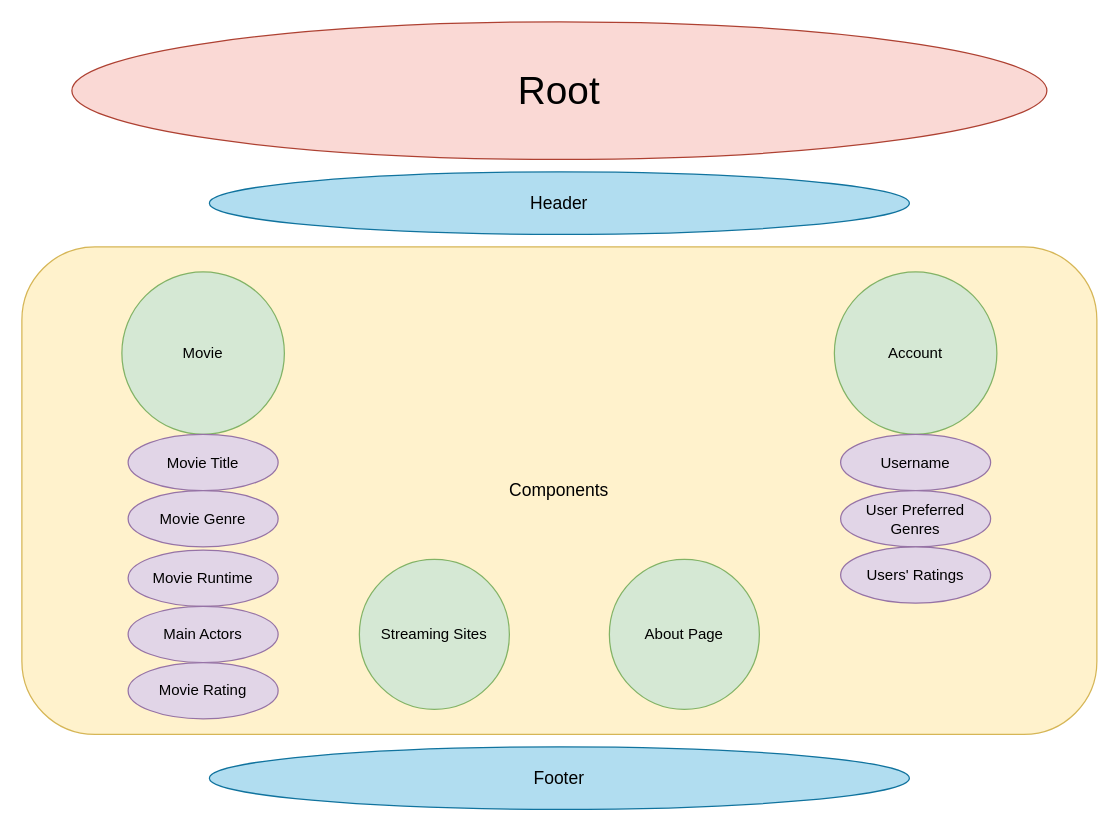
This is Untitled Diagram.drawio from smadd/MovieAppProject, a draw.io file, before an edit. Source tidied: cells renumbered, new cells numbered last; positions are measured from the earlier drawing's top-left corner, leaving out a move shared by most shapes. Both pictures are drawn from the tidied source at 125%, with x=0, y=0 at pixel (21, 21).
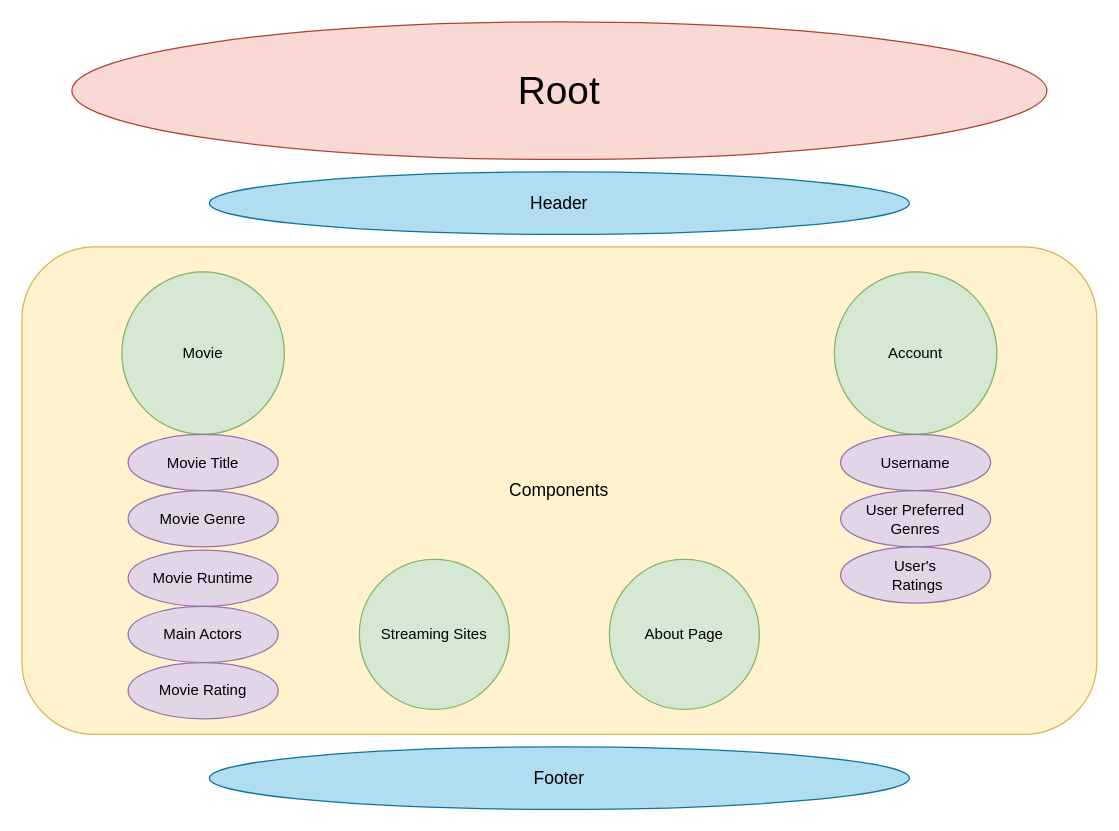
The same page after the edit.

Diff of the diagram source:
```diff
@@
 <mxGraphModel>
   <root>
     <mxCell id="0" />
     <mxCell id="1" parent="0" />
     <mxCell id="2" value="&lt;font style=&quot;font-size: 14px ; line-height: 140%&quot;&gt;Components&lt;/font&gt;" style="rounded=1;whiteSpace=wrap;html=1;fillColor=#fff2cc;strokeColor=#d6b656;" parent="1" vertex="1">
       <mxGeometry y="180" width="860" height="390" as="geometry" />
     </mxCell>
     <mxCell id="3" value="&lt;font style=&quot;font-size: 31px&quot;&gt;Root&lt;/font&gt;" style="ellipse;whiteSpace=wrap;html=1;fillColor=#fad9d5;strokeColor=#ae4132;" parent="1" vertex="1">
       <mxGeometry x="40" width="780" height="110" as="geometry" />
     </mxCell>
     <mxCell id="4" value="&lt;font style=&quot;font-size: 14px&quot;&gt;Header&lt;/font&gt;" style="ellipse;whiteSpace=wrap;html=1;fillColor=#b1ddf0;strokeColor=#10739e;" parent="1" vertex="1">
       <mxGeometry x="150" y="120" width="560" height="50" as="geometry" />
     </mxCell>
     <mxCell id="5" value="&lt;font style=&quot;font-size: 14px&quot;&gt;Footer&lt;/font&gt;" style="ellipse;whiteSpace=wrap;html=1;fillColor=#b1ddf0;strokeColor=#10739e;" parent="1" vertex="1">
       <mxGeometry x="150" y="580" width="560" height="50" as="geometry" />
     </mxCell>
     <mxCell id="6" value="Movie" style="ellipse;whiteSpace=wrap;html=1;fillColor=#d5e8d4;strokeColor=#82b366;" parent="1" vertex="1">
       <mxGeometry x="80" y="200" width="130" height="130" as="geometry" />
     </mxCell>
     <mxCell id="7" value="Streaming Sites" style="ellipse;whiteSpace=wrap;html=1;fillColor=#d5e8d4;strokeColor=#82b366;" parent="1" vertex="1">
       <mxGeometry x="270" y="430" width="120" height="120" as="geometry" />
     </mxCell>
     <mxCell id="8" value="Account" style="ellipse;whiteSpace=wrap;html=1;fillColor=#d5e8d4;strokeColor=#82b366;" parent="1" vertex="1">
       <mxGeometry x="650" y="200" width="130" height="130" as="geometry" />
     </mxCell>
     <mxCell id="9" value="Movie Title" style="ellipse;whiteSpace=wrap;html=1;fillColor=#e1d5e7;strokeColor=#9673a6;" parent="1" vertex="1">
       <mxGeometry x="85" y="330" width="120" height="45" as="geometry" />
     </mxCell>
     <mxCell id="10" value="Movie Genre" style="ellipse;whiteSpace=wrap;html=1;fillColor=#e1d5e7;strokeColor=#9673a6;" parent="1" vertex="1">
       <mxGeometry x="85" y="375" width="120" height="45" as="geometry" />
     </mxCell>
     <mxCell id="11" value="Movie Runtime" style="ellipse;whiteSpace=wrap;html=1;fillColor=#e1d5e7;strokeColor=#9673a6;" parent="1" vertex="1">
       <mxGeometry x="85" y="422.5" width="120" height="45" as="geometry" />
     </mxCell>
     <mxCell id="12" value="Main Actors" style="ellipse;whiteSpace=wrap;html=1;fillColor=#e1d5e7;strokeColor=#9673a6;" parent="1" vertex="1">
       <mxGeometry x="85" y="467.5" width="120" height="45" as="geometry" />
     </mxCell>
     <mxCell id="13" value="Movie Rating" style="ellipse;whiteSpace=wrap;html=1;fillColor=#e1d5e7;strokeColor=#9673a6;" parent="1" vertex="1">
       <mxGeometry x="85" y="512.5" width="120" height="45" as="geometry" />
     </mxCell>
     <mxCell id="14" value="Username" style="ellipse;whiteSpace=wrap;html=1;fillColor=#e1d5e7;strokeColor=#9673a6;" parent="1" vertex="1">
       <mxGeometry x="655" y="330" width="120" height="45" as="geometry" />
     </mxCell>
     <mxCell id="15" value="User Preferred Genres" style="ellipse;whiteSpace=wrap;html=1;fillColor=#e1d5e7;strokeColor=#9673a6;" parent="1" vertex="1">
       <mxGeometry x="655" y="375" width="120" height="45" as="geometry" />
     </mxCell>
-    <mxCell id="16" value="Users' Ratings" style="ellipse;whiteSpace=wrap;html=1;fillColor=#e1d5e7;strokeColor=#9673a6;" parent="1" vertex="1">
+    <mxCell id="16" value="User's&lt;br&gt;&amp;nbsp;Ratings" style="ellipse;whiteSpace=wrap;html=1;fillColor=#e1d5e7;strokeColor=#9673a6;" parent="1" vertex="1">
       <mxGeometry x="655" y="420" width="120" height="45" as="geometry" />
     </mxCell>
     <mxCell id="17" value="About Page" style="ellipse;whiteSpace=wrap;html=1;fillColor=#d5e8d4;strokeColor=#82b366;" parent="1" vertex="1">
       <mxGeometry x="470" y="430" width="120" height="120" as="geometry" />
     </mxCell>
   </root>
 </mxGraphModel>
```
